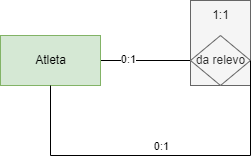
Earlier version of the draw.io export tareas/unidad-2/tarea-1/imágenes/ejercicio5.drawio.png (ManuelsDAM/base-datos). Source tidied: cells renumbered, new cells last; positions are measured from the earlier drawing's top-left corner, leaving out a move shared by most shapes.
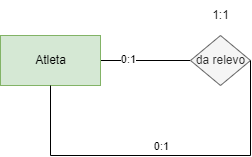
After the commit.

The edit, as a diff of the source:
```diff
@@ -11,7 +11,7 @@
     <mxCell id="4" value="Atleta" style="html=1;dashed=0;whitespace=wrap;fillColor=#d5e8d4;strokeColor=#82b366;" parent="1" vertex="1">
       <mxGeometry y="35" width="100" height="50" as="geometry" />
     </mxCell>
-    <mxCell id="5" style="group;fillColor=#f5f5f5;fontColor=#333333;strokeColor=#666666;" parent="1" vertex="1">
+    <mxCell id="5" style="group;" parent="1" vertex="1">
       <mxGeometry x="190" width="60" height="85" as="geometry" />
     </mxCell>
     <mxCell id="6" value="da relevo" style="shape=rhombus;html=1;dashed=0;whitespace=wrap;perimeter=rhombusPerimeter;fillColor=#f5f5f5;strokeColor=#666666;fontColor=#333333;" parent="5" vertex="1">
```
